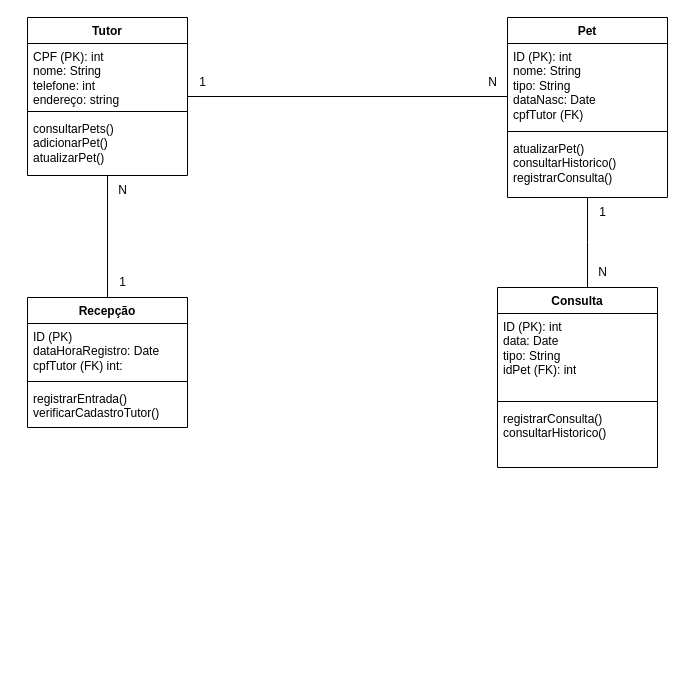
Above: Diagramas/Editáveis/Classes.drawio in gblsouza8/SoftwareClinicaVeterinaria (draw.io), before the change. Source tidied: cells renumbered, new cells numbered last; positions are measured from the earlier drawing's top-left corner, leaving out a move shared by most shapes. Both pictures are drawn from the tidied source at 100%, with x=0, y=0 at pixel (27, 17).
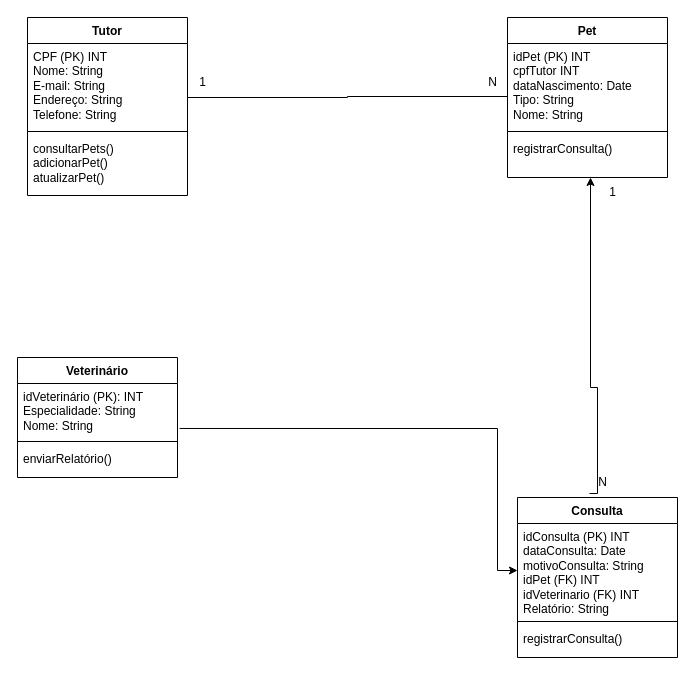
After the change.

Change to the diagram source:
```diff
@@
-    <mxCell id="2" style="edgeStyle=orthogonalEdgeStyle;rounded=0;jettySize=auto;html=1;endArrow=none;endFill=0;" parent="1" edge="1" source="3" target="7">
-      <mxGeometry relative="1" as="geometry" />
-    </mxCell>
     <mxCell id="3" value="Tutor" style="swimlane;fontStyle=1;align=center;verticalAlign=top;horizontal=1;startSize=26;whiteSpace=wrap;html=1;" parent="1" vertex="1">
-      <mxGeometry width="160" height="158" as="geometry" />
+      <mxGeometry width="160" height="178" as="geometry" />
     </mxCell>
-    <mxCell id="4" value="&lt;div&gt;CPF (PK): int&lt;/div&gt;&lt;div&gt;nome: String&lt;/div&gt;&lt;div&gt;telefone: int&lt;/div&gt;&lt;div&gt;endereço: string&lt;/div&gt;" style="text;strokeColor=none;fillColor=none;align=left;verticalAlign=top;spacingLeft=4;spacingRight=4;overflow=hidden;whiteSpace=wrap;html=1;" parent="3" vertex="1">
-      <mxGeometry y="26" width="160" height="64" as="geometry" />
+    <mxCell id="4" value="&lt;div&gt;CPF (PK) INT&lt;/div&gt;&lt;div&gt;Nome: String&lt;/div&gt;&lt;div&gt;E-mail: String&lt;/div&gt;&lt;div&gt;Endereço: String&lt;/div&gt;&lt;div&gt;Telefone: String&lt;/div&gt;" style="text;strokeColor=none;fillColor=none;align=left;verticalAlign=top;spacingLeft=4;spacingRight=4;overflow=hidden;whiteSpace=wrap;html=1;" parent="3" vertex="1">
+      <mxGeometry y="26" width="160" height="84" as="geometry" />
     </mxCell>
     <mxCell id="5" style="line;strokeWidth=1;fillColor=none;align=left;verticalAlign=middle;spacingTop=-1;spacingLeft=3;spacingRight=3;labelPosition=right;strokeColor=inherit;" parent="3" vertex="1">
-      <mxGeometry y="90" width="160" height="8" as="geometry" />
+      <mxGeometry y="110" width="160" height="8" as="geometry" />
     </mxCell>
     <mxCell id="6" value="&lt;div&gt;consultarPets()&lt;/div&gt;&lt;div&gt;adicionarPet()&lt;/div&gt;&lt;div&gt;atualizarPet()&lt;/div&gt;" style="text;strokeColor=none;fillColor=none;align=left;verticalAlign=top;spacingLeft=4;spacingRight=4;overflow=hidden;whiteSpace=wrap;html=1;" parent="3" vertex="1">
-      <mxGeometry y="98" width="160" height="60" as="geometry" />
+      <mxGeometry y="118" width="160" height="60" as="geometry" />
     </mxCell>
-    <mxCell id="7" value="Recepção" style="swimlane;fontStyle=1;align=center;verticalAlign=top;horizontal=1;startSize=26;whiteSpace=wrap;html=1;" parent="1" vertex="1">
-      <mxGeometry y="280" width="160" height="130" as="geometry" />
-    </mxCell>
-    <mxCell id="8" value="&lt;div&gt;ID (PK)&lt;/div&gt;&lt;div&gt;dataHoraRegistro: Date&lt;/div&gt;&lt;div&gt;cpfTutor (FK) int:&amp;nbsp;&lt;/div&gt;" style="text;strokeColor=none;fillColor=none;align=left;verticalAlign=top;spacingLeft=4;spacingRight=4;overflow=hidden;whiteSpace=wrap;html=1;" parent="7" vertex="1">
-      <mxGeometry y="26" width="160" height="54" as="geometry" />
-    </mxCell>
-    <mxCell id="9" style="line;strokeWidth=1;fillColor=none;align=left;verticalAlign=middle;spacingTop=-1;spacingLeft=3;spacingRight=3;labelPosition=right;strokeColor=inherit;" parent="7" vertex="1">
-      <mxGeometry y="80" width="160" height="8" as="geometry" />
-    </mxCell>
-    <mxCell id="10" value="&lt;div&gt;registrarEntrada()&lt;/div&gt;&lt;div&gt;verificarCadastroTutor()&lt;/div&gt;" style="text;strokeColor=none;fillColor=none;align=left;verticalAlign=top;spacingLeft=4;spacingRight=4;overflow=hidden;whiteSpace=wrap;html=1;" parent="7" vertex="1">
-      <mxGeometry y="88" width="160" height="42" as="geometry" />
-    </mxCell>
     <mxCell id="11" value="Pet" style="swimlane;fontStyle=1;align=center;verticalAlign=top;horizontal=1;startSize=26;whiteSpace=wrap;html=1;" parent="1" vertex="1">
-      <mxGeometry x="480" width="160" height="180" as="geometry" />
+      <mxGeometry x="480" width="160" height="160" as="geometry" />
     </mxCell>
-    <mxCell id="12" value="&lt;div&gt;ID (PK): int&lt;/div&gt;&lt;div&gt;nome: String&lt;/div&gt;&lt;div&gt;tipo: String&lt;/div&gt;&lt;div&gt;dataNasc: Date&lt;/div&gt;&lt;div&gt;cpfTutor (FK)&lt;/div&gt;" style="text;strokeColor=none;fillColor=none;align=left;verticalAlign=top;spacingLeft=4;spacingRight=4;overflow=hidden;points=[[0,0.5],[1,0.5]];portConstraint=eastwest;whiteSpace=wrap;html=1;" parent="11" vertex="1">
+    <mxCell id="12" value="&lt;div&gt;idPet (PK) INT&lt;/div&gt;&lt;div&gt;cpfTutor INT&lt;/div&gt;&lt;div&gt;dataNascimento: Date&lt;/div&gt;&lt;div&gt;Tipo: String&lt;/div&gt;&lt;div&gt;Nome: String&lt;/div&gt;" style="text;strokeColor=none;fillColor=none;align=left;verticalAlign=top;spacingLeft=4;spacingRight=4;overflow=hidden;points=[[0,0.5],[1,0.5]];portConstraint=eastwest;whiteSpace=wrap;html=1;" parent="11" vertex="1">
       <mxGeometry y="26" width="160" height="84" as="geometry" />
     </mxCell>
@@
-    <mxCell id="14" value="&lt;div&gt;atualizarPet()&lt;/div&gt;&lt;div&gt;consultarHistorico()&lt;/div&gt;&lt;div&gt;registrarConsulta()&lt;/div&gt;" style="text;strokeColor=none;fillColor=none;align=left;verticalAlign=top;spacingLeft=4;spacingRight=4;overflow=hidden;whiteSpace=wrap;html=1;" parent="11" vertex="1">
-      <mxGeometry y="118" width="160" height="62" as="geometry" />
+    <mxCell id="14" value="registrarConsulta()" style="text;strokeColor=none;fillColor=none;align=left;verticalAlign=top;spacingLeft=4;spacingRight=4;overflow=hidden;whiteSpace=wrap;html=1;" parent="11" vertex="1">
+      <mxGeometry y="118" width="160" height="42" as="geometry" />
     </mxCell>
     <mxCell id="15" value="Consulta" style="swimlane;fontStyle=1;align=center;verticalAlign=top;horizontal=1;startSize=26;whiteSpace=wrap;html=1;" parent="1" vertex="1">
-      <mxGeometry x="470" y="270" width="160" height="180" as="geometry" />
+      <mxGeometry x="490" y="480" width="160" height="160" as="geometry" />
     </mxCell>
-    <mxCell id="16" value="&lt;div&gt;ID (PK): int&lt;/div&gt;&lt;div&gt;data: Date&lt;/div&gt;&lt;div&gt;tipo: String&lt;/div&gt;&lt;div&gt;idPet (FK): int&lt;/div&gt;" style="text;strokeColor=none;fillColor=none;align=left;verticalAlign=top;spacingLeft=4;spacingRight=4;overflow=hidden;points=[[0,0.5],[1,0.5]];portConstraint=eastwest;whiteSpace=wrap;html=1;" parent="15" vertex="1">
-      <mxGeometry y="26" width="160" height="84" as="geometry" />
+    <mxCell id="16" value="&lt;div&gt;idConsulta (PK) INT&lt;/div&gt;&lt;div&gt;dataConsulta: Date&lt;/div&gt;&lt;div&gt;motivoConsulta: String&lt;/div&gt;&lt;div&gt;idPet (FK) INT&lt;/div&gt;&lt;div&gt;idVeterinario (FK) INT&lt;/div&gt;&lt;div&gt;Relatório: String&lt;/div&gt;" style="text;strokeColor=none;fillColor=none;align=left;verticalAlign=top;spacingLeft=4;spacingRight=4;overflow=hidden;points=[[0,0.5],[1,0.5]];portConstraint=eastwest;whiteSpace=wrap;html=1;" parent="15" vertex="1">
+      <mxGeometry y="26" width="160" height="94" as="geometry" />
     </mxCell>
     <mxCell id="17" style="line;strokeWidth=1;fillColor=none;align=left;verticalAlign=middle;spacingTop=-1;spacingLeft=3;spacingRight=3;labelPosition=right;strokeColor=inherit;" parent="15" vertex="1">
-      <mxGeometry y="110" width="160" height="8" as="geometry" />
+      <mxGeometry y="120" width="160" height="8" as="geometry" />
     </mxCell>
-    <mxCell id="18" value="&lt;div&gt;registrarConsulta()&lt;/div&gt;&lt;div&gt;consultarHistorico()&lt;/div&gt;" style="text;strokeColor=none;fillColor=none;align=left;verticalAlign=top;spacingLeft=4;spacingRight=4;overflow=hidden;whiteSpace=wrap;html=1;" parent="15" vertex="1">
-      <mxGeometry y="118" width="160" height="62" as="geometry" />
+    <mxCell id="18" value="&lt;div&gt;registrarConsulta()&lt;/div&gt;&lt;div&gt;&lt;br&gt;&lt;/div&gt;" style="text;strokeColor=none;fillColor=none;align=left;verticalAlign=top;spacingLeft=4;spacingRight=4;overflow=hidden;whiteSpace=wrap;html=1;" parent="15" vertex="1">
+      <mxGeometry y="128" width="160" height="32" as="geometry" />
     </mxCell>
     <mxCell id="19" style="edgeStyle=orthogonalEdgeStyle;rounded=0;jettySize=auto;html=1;entryX=0;entryY=0.631;entryDx=0;entryDy=0;entryPerimeter=0;endArrow=none;endFill=0;" parent="1" edge="1" source="3" target="12">
-      <mxGeometry relative="1" as="geometry" />
+      <mxGeometry relative="1" as="geometry">
+        <Array as="points">
+          <mxPoint x="320" y="80" />
+          <mxPoint x="320" y="79" />
+        </Array>
+      </mxGeometry>
     </mxCell>
-    <mxCell id="20" style="edgeStyle=orthogonalEdgeStyle;rounded=0;jettySize=auto;html=1;endArrow=none;endFill=0;" parent="1" edge="1" source="11">
-      <mxGeometry relative="1" as="geometry">
-        <mxPoint x="560" y="270" as="targetPoint" />
-      </mxGeometry>
-    </mxCell>
@@
+    <mxCell id="27" style="edgeStyle=orthogonalEdgeStyle;rounded=0;jettySize=auto;html=1;exitX=0.45;exitY=-0.025;exitDx=0;exitDy=0;exitPerimeter=0;" parent="1" edge="1" source="15">
+      <mxGeometry relative="1" as="geometry">
+        <mxPoint x="563" y="160" as="targetPoint" />
+        <Array as="points">
+          <mxPoint x="570" y="476" />
+          <mxPoint x="570" y="370" />
+          <mxPoint x="563" y="370" />
+        </Array>
+      </mxGeometry>
+    </mxCell>
     <mxCell id="23" value="1" style="text;html=1;align=center;verticalAlign=middle;strokeColor=none;fillColor=none;" parent="1" vertex="1">
-      <mxGeometry x="560" y="180" width="30" height="30" as="geometry" />
+      <mxGeometry x="570" y="160" width="30" height="30" as="geometry" />
     </mxCell>
     <mxCell id="24" value="N" style="text;html=1;align=center;verticalAlign=middle;strokeColor=none;fillColor=none;" parent="1" vertex="1">
-      <mxGeometry x="560" y="240" width="30" height="30" as="geometry" />
+      <mxGeometry x="560" y="450" width="30" height="30" as="geometry" />
     </mxCell>
-    <mxCell id="25" value="N" style="text;html=1;align=center;verticalAlign=middle;strokeColor=none;fillColor=none;" parent="1" vertex="1">
-      <mxGeometry x="80" y="158" width="30" height="30" as="geometry" />
-    </mxCell>
-    <mxCell id="26" value="1" style="text;html=1;align=center;verticalAlign=middle;strokeColor=none;fillColor=none;" parent="1" vertex="1">
-      <mxGeometry x="80" y="250" width="30" height="30" as="geometry" />
-    </mxCell>
+    <mxCell id="28" value="Veterinário" style="swimlane;fontStyle=1;align=center;verticalAlign=top;horizontal=1;startSize=26;whiteSpace=wrap;html=1;" parent="1" vertex="1">
+      <mxGeometry x="-10" y="340" width="160" height="120" as="geometry" />
+    </mxCell>
+    <mxCell id="29" value="&lt;div&gt;idVeterinário (PK): INT&lt;/div&gt;&lt;div&gt;Especialidade: String&lt;/div&gt;&lt;div&gt;Nome: String&lt;/div&gt;" style="text;strokeColor=none;fillColor=none;align=left;verticalAlign=top;spacingLeft=4;spacingRight=4;overflow=hidden;points=[[0,0.5],[1,0.5]];portConstraint=eastwest;whiteSpace=wrap;html=1;" parent="28" vertex="1">
+      <mxGeometry y="26" width="160" height="54" as="geometry" />
+    </mxCell>
+    <mxCell id="9" style="line;strokeWidth=1;fillColor=none;align=left;verticalAlign=middle;spacingTop=-1;spacingLeft=3;spacingRight=3;labelPosition=right;strokeColor=inherit;" parent="28" vertex="1">
+      <mxGeometry y="80" width="160" height="8" as="geometry" />
+    </mxCell>
+    <mxCell id="30" value="enviarRelatório()" style="text;strokeColor=none;fillColor=none;align=left;verticalAlign=top;spacingLeft=4;spacingRight=4;overflow=hidden;whiteSpace=wrap;html=1;" parent="28" vertex="1">
+      <mxGeometry y="88" width="160" height="32" as="geometry" />
+    </mxCell>
+    <mxCell id="31" style="edgeStyle=orthogonalEdgeStyle;rounded=0;jettySize=auto;html=1;exitX=1.013;exitY=0.833;exitDx=0;exitDy=0;exitPerimeter=0;entryX=0;entryY=0.5;entryDx=0;entryDy=0;" parent="1" edge="1" source="29" target="16">
+      <mxGeometry relative="1" as="geometry">
+        <Array as="points">
+          <mxPoint x="470" y="411" />
+        </Array>
+      </mxGeometry>
+    </mxCell>
```
